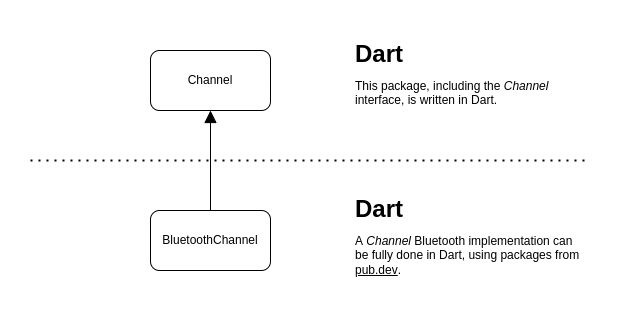
Earlier version of the draw.io export assets/img/Channel implementation (package).drawio.png (Venice-D2D/delta_scheduler). Source tidied: cells renumbered, new cells last; positions are measured from the earlier drawing's top-left corner, leaving out a move shared by most shapes. The source it was exported from:
```xml
<mxGraphModel>
  <root>
    <mxCell id="0" />
    <mxCell id="1" parent="0" />
    <mxCell id="2" value="Channel" style="rounded=1;whiteSpace=wrap;html=1;" parent="1" vertex="1">
      <mxGeometry x="120" y="10" width="120" height="60" as="geometry" />
    </mxCell>
    <mxCell id="3" style="edgeStyle=orthogonalEdgeStyle;rounded=0;jettySize=auto;html=1;entryX=0.5;entryY=1;entryDx=0;entryDy=0;endArrow=block;endFill=1;endSize=10;" parent="1" edge="1" source="4" target="2">
      <mxGeometry relative="1" as="geometry" />
    </mxCell>
    <mxCell id="4" value="BluetoothChannel" style="rounded=1;whiteSpace=wrap;html=1;" parent="1" vertex="1">
      <mxGeometry x="120" y="170" width="120" height="60" as="geometry" />
    </mxCell>
    <mxCell id="5" style="endArrow=none;dashed=1;html=1;dashPattern=1 3;strokeWidth=2;rounded=0;endSize=10;" parent="1" edge="1">
      <mxGeometry relative="1" as="geometry">
        <mxPoint y="120" as="sourcePoint" />
        <mxPoint x="560" y="120" as="targetPoint" />
      </mxGeometry>
    </mxCell>
    <mxCell id="6" value="&lt;p style=&quot;line-height: 0;&quot;&gt;&lt;/p&gt;&lt;h1 style=&quot;line-height: 0.7;&quot;&gt;Dart&lt;/h1&gt;&lt;p style=&quot;line-height: 1.2;&quot;&gt;This package, including the &lt;i&gt;Channel&lt;/i&gt; interface, is written in Dart.&lt;/p&gt;&lt;p&gt;&lt;/p&gt;" style="text;html=1;strokeColor=none;fillColor=none;spacing=5;spacingTop=-20;whiteSpace=wrap;overflow=hidden;rounded=0;" parent="1" vertex="1">
      <mxGeometry x="320" width="240" height="80" as="geometry" />
    </mxCell>
    <mxCell id="7" value="&lt;p style=&quot;line-height: 0.8;&quot;&gt;&lt;/p&gt;&lt;h1 style=&quot;line-height: 0.7;&quot;&gt;Dart&lt;/h1&gt;&lt;p&gt;A &lt;i&gt;Channel&lt;/i&gt; Bluetooth implementation can be fully done in Dart, using packages from &lt;u&gt;pub.dev&lt;/u&gt;.&lt;/p&gt;&lt;p&gt;&lt;/p&gt;" style="text;html=1;strokeColor=none;fillColor=none;spacing=5;spacingTop=-20;whiteSpace=wrap;overflow=hidden;rounded=0;" parent="1" vertex="1">
      <mxGeometry x="320" y="155" width="240" height="90" as="geometry" />
    </mxCell>
  </root>
</mxGraphModel>
```
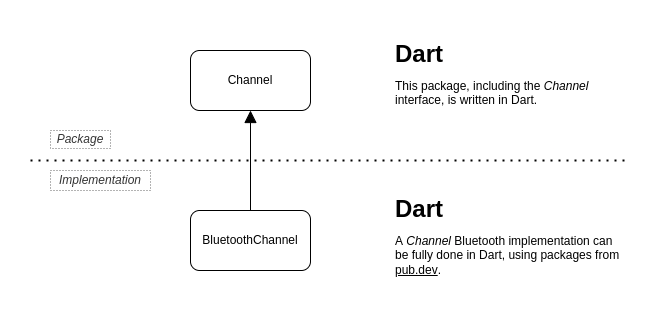
After the commit.

Commit message:
feat: add package/implementation markers to package scheme

The edit, as a diff of the source:
```diff
@@ -13,7 +13,7 @@
     </mxCell>
     <mxCell id="5" style="endArrow=none;dashed=1;html=1;dashPattern=1 3;strokeWidth=2;rounded=0;endSize=10;" parent="1" edge="1">
       <mxGeometry relative="1" as="geometry">
-        <mxPoint y="120" as="sourcePoint" />
+        <mxPoint x="-40" y="120" as="sourcePoint" />
         <mxPoint x="560" y="120" as="targetPoint" />
       </mxGeometry>
     </mxCell>
@@ -23,5 +23,11 @@
     <mxCell id="7" value="&lt;p style=&quot;line-height: 0.8;&quot;&gt;&lt;/p&gt;&lt;h1 style=&quot;line-height: 0.7;&quot;&gt;Dart&lt;/h1&gt;&lt;p&gt;A &lt;i&gt;Channel&lt;/i&gt; Bluetooth implementation can be fully done in Dart, using packages from &lt;u&gt;pub.dev&lt;/u&gt;.&lt;/p&gt;&lt;p&gt;&lt;/p&gt;" style="text;html=1;strokeColor=none;fillColor=none;spacing=5;spacingTop=-20;whiteSpace=wrap;overflow=hidden;rounded=0;" parent="1" vertex="1">
       <mxGeometry x="320" y="155" width="240" height="90" as="geometry" />
     </mxCell>
+    <mxCell id="8" value="&lt;i&gt;Package&lt;/i&gt;" style="text;html=1;align=center;verticalAlign=middle;whiteSpace=wrap;rounded=0;fillColor=#FFFFFF;fontColor=#333333;strokeColor=#666666;dashed=1;dashPattern=1 2;" parent="1" vertex="1">
+      <mxGeometry x="-20" y="90" width="60" height="18" as="geometry" />
+    </mxCell>
+    <mxCell id="9" value="&lt;i&gt;Implementation&lt;/i&gt;" style="text;html=1;strokeColor=#666666;fillColor=#FFFFFF;align=center;verticalAlign=middle;whiteSpace=wrap;rounded=0;fontColor=#333333;dashed=1;dashPattern=1 2;" parent="1" vertex="1">
+      <mxGeometry x="-20" y="130" width="100" height="20" as="geometry" />
+    </mxCell>
   </root>
 </mxGraphModel>
```
